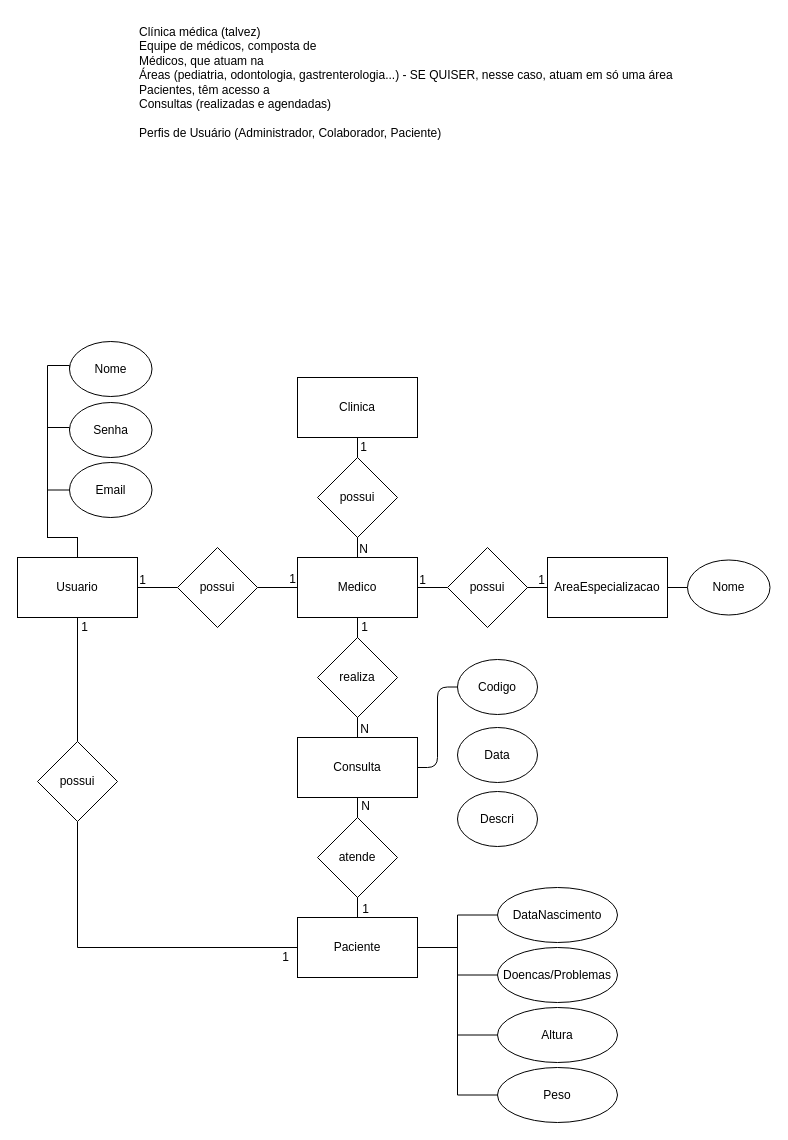
Above: Banco de dados - Sprint 1/Projeto Health Clinic/Health Clinic.drawio in LucasBO7/senai-curso-repos-semestre-2 (draw.io), before the change. Source tidied: cells renumbered, new cells numbered last; positions are measured from the earlier drawing's top-left corner, leaving out a move shared by most shapes. Both pictures are drawn from the tidied source at 100%, with x=0, y=0 at pixel (17, 17).
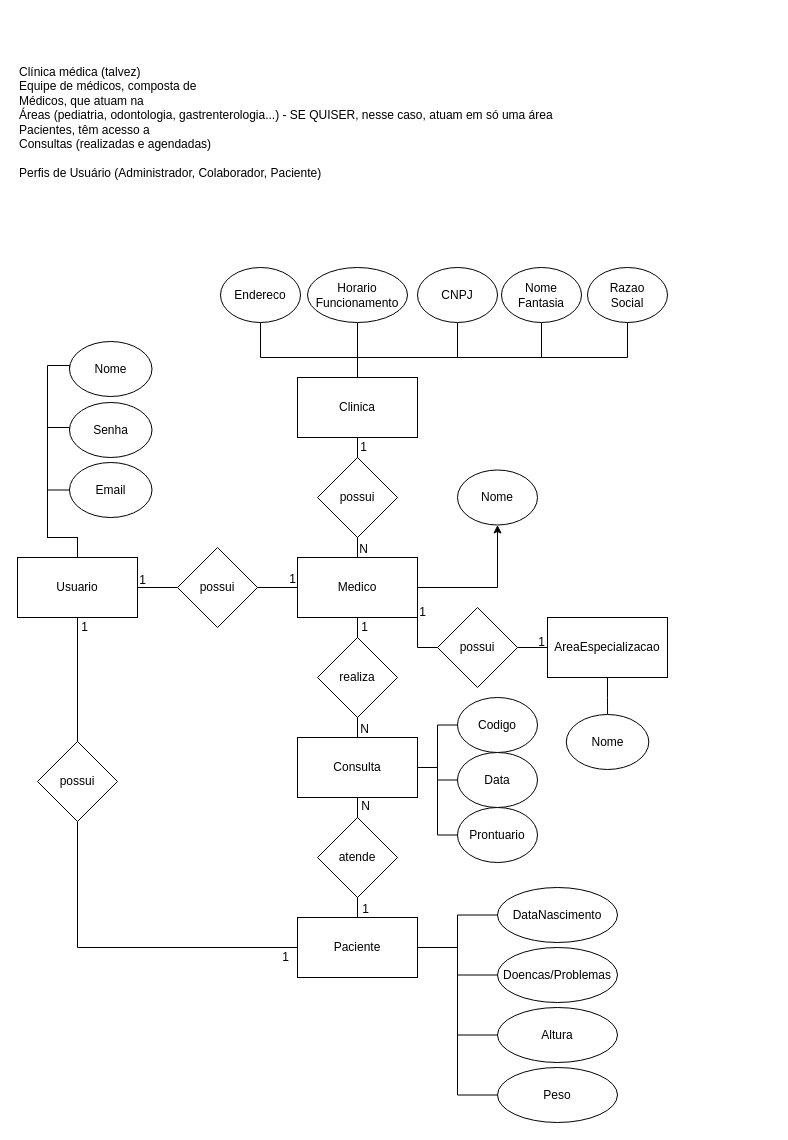
Above is the later version.

The change refers to these unchanged cells:
```xml
<mxCell id="4" value="Clinica" style="rounded=0;whiteSpace=wrap;html=1;" parent="1" vertex="1">
  <mxGeometry x="280" y="360" width="120" height="60" as="geometry" />
</mxCell>
<mxCell id="11" value="Consulta" style="rounded=0;whiteSpace=wrap;html=1;" parent="1" vertex="1">
  <mxGeometry x="280" y="720" width="120" height="60" as="geometry" />
</mxCell>
<mxCell id="20" value="Medico" style="rounded=0;whiteSpace=wrap;html=1;" parent="1" vertex="1">
  <mxGeometry x="280" y="540" width="120" height="60" as="geometry" />
</mxCell>
```

The edit, as a diff of the source:
```diff
@@
     <mxCell id="2" value="&lt;div&gt;Clínica médica (talvez)&lt;/div&gt;&lt;div&gt;Equipe de médicos, composta de&lt;/div&gt;&lt;div&gt;Médicos, que atuam na&lt;/div&gt;&lt;div&gt;Áreas (pediatria, odontologia, gastrenterologia...) - SE QUISER, nesse caso, atuam em só uma área&lt;/div&gt;&lt;div&gt;Pacientes, têm acesso a&lt;/div&gt;&lt;div&gt;Consultas (realizadas e agendadas)&lt;/div&gt;&lt;div&gt;&lt;br&gt;&lt;/div&gt;&lt;div&gt;Perfis de Usuário (Administrador, Colaborador, Paciente)&lt;/div&gt;" style="text;html=1;align=left;verticalAlign=middle;strokeColor=none;fillColor=none;rounded=0;" parent="1" vertex="1">
-      <mxGeometry x="120" width="560" height="130" as="geometry" />
+      <mxGeometry y="40" width="560" height="130" as="geometry" />
     </mxCell>
@@
+    <mxCell id="59" style="edgeStyle=orthogonalEdgeStyle;jettySize=auto;html=1;entryX=0.5;entryY=1;entryDx=0;entryDy=0;rounded=0;endArrow=none;endFill=0;" parent="1" edge="1" source="4" target="69">
+      <mxGeometry relative="1" as="geometry">
+        <Array as="points">
+          <mxPoint x="340" y="340" />
+          <mxPoint x="243" y="340" />
+        </Array>
+      </mxGeometry>
+    </mxCell>
+    <mxCell id="60" style="edgeStyle=orthogonalEdgeStyle;jettySize=auto;html=1;entryX=0.5;entryY=1;entryDx=0;entryDy=0;rounded=0;endArrow=none;endFill=0;" parent="1" edge="1" source="4" target="70">
+      <mxGeometry relative="1" as="geometry" />
+    </mxCell>
+    <mxCell id="61" style="edgeStyle=orthogonalEdgeStyle;jettySize=auto;html=1;entryX=0.5;entryY=1;entryDx=0;entryDy=0;rounded=0;endArrow=none;endFill=0;" parent="1" edge="1" source="4" target="71">
+      <mxGeometry relative="1" as="geometry">
+        <Array as="points">
+          <mxPoint x="340" y="340" />
+          <mxPoint x="440" y="340" />
+        </Array>
+      </mxGeometry>
+    </mxCell>
+    <mxCell id="62" style="edgeStyle=orthogonalEdgeStyle;jettySize=auto;html=1;entryX=0.5;entryY=1;entryDx=0;entryDy=0;rounded=0;endArrow=none;endFill=0;" parent="1" edge="1" source="4" target="72">
+      <mxGeometry relative="1" as="geometry">
+        <Array as="points">
+          <mxPoint x="340" y="340" />
+          <mxPoint x="524" y="340" />
+        </Array>
+      </mxGeometry>
+    </mxCell>
+    <mxCell id="63" style="edgeStyle=orthogonalEdgeStyle;jettySize=auto;html=1;entryX=0.5;entryY=1;entryDx=0;entryDy=0;rounded=0;endArrow=none;endFill=0;" parent="1" edge="1" source="4" target="73">
+      <mxGeometry relative="1" as="geometry">
+        <Array as="points">
+          <mxPoint x="340" y="340" />
+          <mxPoint x="610" y="340" />
+        </Array>
+      </mxGeometry>
+    </mxCell>
@@
-    <mxCell id="5" style="edgeStyle=orthogonalEdgeStyle;rounded=0;jettySize=auto;html=1;entryX=0;entryY=0.5;entryDx=0;entryDy=0;endArrow=none;endFill=0;" parent="1" edge="1" source="6" target="48">
+    <mxCell id="5" style="edgeStyle=orthogonalEdgeStyle;rounded=0;jettySize=auto;html=1;entryX=0.5;entryY=0;entryDx=0;entryDy=0;endArrow=none;endFill=0;" parent="1" edge="1" source="6" target="48">
       <mxGeometry relative="1" as="geometry" />
     </mxCell>
     <mxCell id="6" value="AreaEspecializacao" style="rounded=0;whiteSpace=wrap;html=1;" parent="1" vertex="1">
-      <mxGeometry x="530" y="540" width="120" height="60" as="geometry" />
+      <mxGeometry x="530" y="600" width="120" height="60" as="geometry" />
     </mxCell>
@@
-    <mxCell id="10" style="edgeStyle=orthogonalEdgeStyle;jettySize=auto;html=1;entryX=0;entryY=0.5;entryDx=0;entryDy=0;endArrow=none;endFill=0;" parent="1" edge="1" source="11" target="56">
+    <mxCell id="10" style="edgeStyle=orthogonalEdgeStyle;jettySize=auto;html=1;entryX=0;entryY=0.5;entryDx=0;entryDy=0;endArrow=none;endFill=0;rounded=0;" parent="1" edge="1" source="11" target="56">
       <mxGeometry relative="1" as="geometry" />
     </mxCell>
+    <mxCell id="64" style="edgeStyle=orthogonalEdgeStyle;jettySize=auto;html=1;entryX=0;entryY=0.5;entryDx=0;entryDy=0;endArrow=none;endFill=0;rounded=0;" parent="1" edge="1" source="11" target="57">
+      <mxGeometry relative="1" as="geometry" />
+    </mxCell>
+    <mxCell id="65" style="edgeStyle=orthogonalEdgeStyle;jettySize=auto;html=1;entryX=0;entryY=0.5;entryDx=0;entryDy=0;endArrow=none;endFill=0;rounded=0;" parent="1" edge="1" source="11" target="68">
+      <mxGeometry relative="1" as="geometry" />
+    </mxCell>
@@
-    <mxCell id="19" style="edgeStyle=orthogonalEdgeStyle;rounded=0;jettySize=auto;html=1;entryX=0;entryY=0.5;entryDx=0;entryDy=0;endArrow=none;endFill=0;" parent="1" edge="1" source="20" target="24">
-      <mxGeometry relative="1" as="geometry" />
-    </mxCell>
+    <mxCell id="66" style="edgeStyle=orthogonalEdgeStyle;jettySize=auto;html=1;entryX=0.5;entryY=1;entryDx=0;entryDy=0;rounded=0;" parent="1" edge="1" source="20" target="74">
+      <mxGeometry relative="1" as="geometry" />
+    </mxCell>
@@
+    <mxCell id="67" style="edgeStyle=orthogonalEdgeStyle;jettySize=auto;html=1;entryX=1;entryY=0.5;entryDx=0;entryDy=0;endArrow=none;endFill=0;rounded=0;" parent="1" edge="1" source="24" target="20">
+      <mxGeometry relative="1" as="geometry" />
+    </mxCell>
     <mxCell id="24" value="possui" style="rhombus;whiteSpace=wrap;html=1;rounded=0;" parent="1" vertex="1">
-      <mxGeometry x="430" y="530" width="80" height="80" as="geometry" />
+      <mxGeometry x="420" y="590" width="80" height="80" as="geometry" />
     </mxCell>
@@
     <mxCell id="38" value="1" style="text;html=1;align=center;verticalAlign=middle;strokeColor=none;fillColor=none;rounded=0;" parent="1" vertex="1">
-      <mxGeometry x="390" y="548" width="30" height="30" as="geometry" />
+      <mxGeometry x="390" y="580" width="30" height="30" as="geometry" />
     </mxCell>
     <mxCell id="39" value="1" style="text;html=1;align=center;verticalAlign=middle;strokeColor=none;fillColor=none;rounded=0;" parent="1" vertex="1">
-      <mxGeometry x="509" y="548" width="30" height="30" as="geometry" />
+      <mxGeometry x="509" y="610" width="30" height="30" as="geometry" />
     </mxCell>
@@
     <mxCell id="48" value="Nome" style="ellipse;whiteSpace=wrap;html=1;rounded=0;" parent="1" vertex="1">
-      <mxGeometry x="670" y="542.5" width="82.5" height="55" as="geometry" />
+      <mxGeometry x="548.8" y="697" width="82.5" height="55" as="geometry" />
     </mxCell>
@@
     <mxCell id="56" value="Codigo" style="ellipse;whiteSpace=wrap;html=1;rounded=0;" parent="1" vertex="1">
-      <mxGeometry x="440" y="642" width="80" height="55" as="geometry" />
+      <mxGeometry x="440" y="680" width="80" height="55" as="geometry" />
     </mxCell>
     <mxCell id="57" value="Data" style="ellipse;whiteSpace=wrap;html=1;rounded=0;" parent="1" vertex="1">
-      <mxGeometry x="440" y="710" width="80" height="55" as="geometry" />
+      <mxGeometry x="440" y="735" width="80" height="55" as="geometry" />
     </mxCell>
-    <mxCell id="58" value="Descri" style="ellipse;whiteSpace=wrap;html=1;rounded=0;" parent="1" vertex="1">
-      <mxGeometry x="440" y="774" width="80" height="55" as="geometry" />
-    </mxCell>
+    <mxCell id="68" value="Prontuario" style="ellipse;whiteSpace=wrap;html=1;rounded=0;" parent="1" vertex="1">
+      <mxGeometry x="440" y="790" width="80" height="55" as="geometry" />
+    </mxCell>
+    <mxCell id="69" value="Endereco" style="ellipse;whiteSpace=wrap;html=1;rounded=0;" parent="1" vertex="1">
+      <mxGeometry x="203" y="250" width="80" height="55" as="geometry" />
+    </mxCell>
+    <mxCell id="70" value="Horario&lt;br&gt;Funcionamento" style="ellipse;whiteSpace=wrap;html=1;rounded=0;" parent="1" vertex="1">
+      <mxGeometry x="290" y="250" width="100" height="55" as="geometry" />
+    </mxCell>
+    <mxCell id="71" value="CNPJ" style="ellipse;whiteSpace=wrap;html=1;rounded=0;" parent="1" vertex="1">
+      <mxGeometry x="400" y="250" width="80" height="55" as="geometry" />
+    </mxCell>
+    <mxCell id="72" value="Nome&lt;br&gt;Fantasia" style="ellipse;whiteSpace=wrap;html=1;rounded=0;" parent="1" vertex="1">
+      <mxGeometry x="484" y="250" width="80" height="55" as="geometry" />
+    </mxCell>
+    <mxCell id="73" value="Razao&lt;br&gt;Social" style="ellipse;whiteSpace=wrap;html=1;rounded=0;" parent="1" vertex="1">
+      <mxGeometry x="570" y="250" width="80" height="55" as="geometry" />
+    </mxCell>
+    <mxCell id="74" value="Nome" style="ellipse;whiteSpace=wrap;html=1;rounded=0;" parent="1" vertex="1">
+      <mxGeometry x="440" y="452.5" width="80" height="55" as="geometry" />
+    </mxCell>
```
